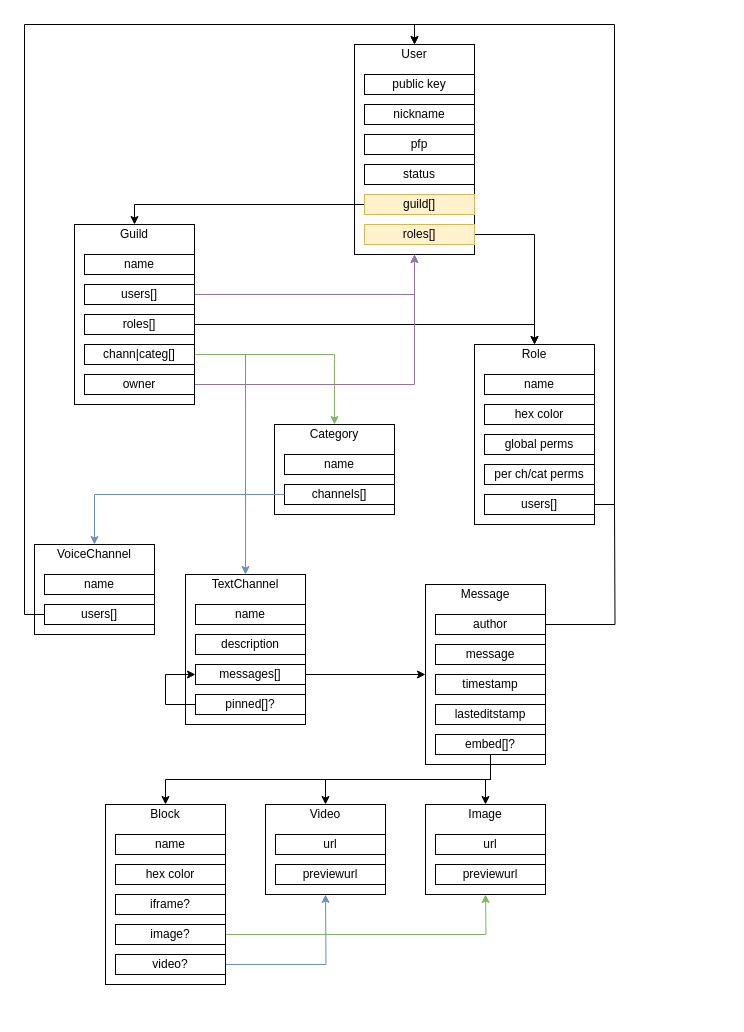
Before: docs/db.drawio in rndtrash/datcord-backend, a draw.io diagram. Source tidied: cells renumbered, new cells numbered last; positions are measured from the earlier drawing's top-left corner, leaving out a move shared by most shapes. Both pictures are drawn from the tidied source at 100%, with x=0, y=0 at pixel (34, 44).
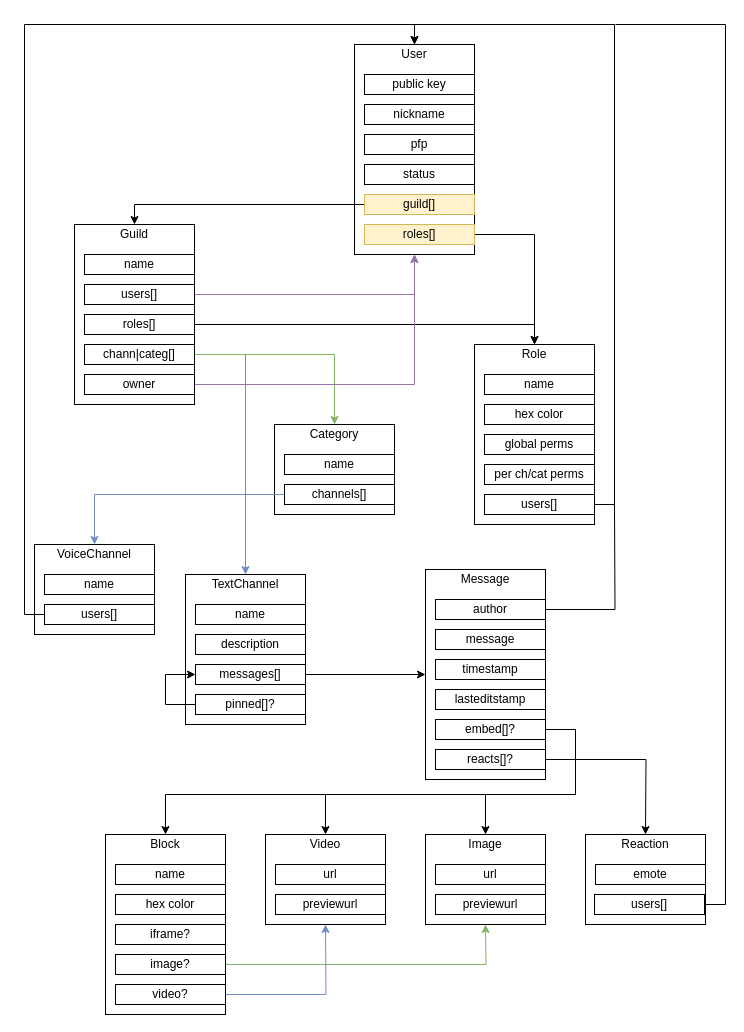
Above is the later version.

The edit, as a diff of the source:
```diff
@@
     <mxCell id="29" style="rounded=0;whiteSpace=wrap;html=1;" parent="1" vertex="1">
-      <mxGeometry x="391" y="540" width="120" height="180" as="geometry" />
+      <mxGeometry x="391" y="525" width="120" height="210" as="geometry" />
     </mxCell>
     <mxCell id="30" value="Message" style="text;html=1;strokeColor=none;fillColor=none;align=center;verticalAlign=middle;whiteSpace=wrap;rounded=0;" parent="1" vertex="1">
-      <mxGeometry x="391" y="540" width="120" height="20" as="geometry" />
+      <mxGeometry x="391" y="525" width="120" height="20" as="geometry" />
     </mxCell>
@@
     <mxCell id="51" value="author" style="rounded=0;whiteSpace=wrap;html=1;" parent="1" vertex="1">
-      <mxGeometry x="401" y="570" width="110" height="20" as="geometry" />
+      <mxGeometry x="401" y="555" width="110" height="20" as="geometry" />
     </mxCell>
     <mxCell id="52" value="message" style="rounded=0;whiteSpace=wrap;html=1;" parent="1" vertex="1">
-      <mxGeometry x="401" y="600" width="110" height="20" as="geometry" />
+      <mxGeometry x="401" y="585" width="110" height="20" as="geometry" />
     </mxCell>
     <mxCell id="53" value="timestamp" style="rounded=0;whiteSpace=wrap;html=1;" parent="1" vertex="1">
-      <mxGeometry x="401" y="630" width="110" height="20" as="geometry" />
+      <mxGeometry x="401" y="615" width="110" height="20" as="geometry" />
     </mxCell>
     <mxCell id="54" value="lasteditstamp" style="rounded=0;whiteSpace=wrap;html=1;" parent="1" vertex="1">
-      <mxGeometry x="401" y="660" width="110" height="20" as="geometry" />
+      <mxGeometry x="401" y="645" width="110" height="20" as="geometry" />
     </mxCell>
-    <mxCell id="55" style="edgeStyle=orthogonalEdgeStyle;rounded=0;jettySize=auto;html=1;exitX=0.5;exitY=1;exitDx=0;exitDy=0;entryX=0.5;entryY=0;entryDx=0;entryDy=0;endArrow=classic;endFill=1;strokeColor=#000000;" parent="1" edge="1" source="58" target="59">
-      <mxGeometry relative="1" as="geometry" />
+    <mxCell id="55" style="edgeStyle=orthogonalEdgeStyle;rounded=0;jettySize=auto;html=1;exitX=1;exitY=0.5;exitDx=0;exitDy=0;entryX=0.5;entryY=0;entryDx=0;entryDy=0;endArrow=classic;endFill=1;strokeColor=#000000;" parent="1" edge="1" source="58" target="59">
+      <mxGeometry relative="1" as="geometry">
+        <Array as="points">
+          <mxPoint x="541" y="685" />
+          <mxPoint x="541" y="750" />
+          <mxPoint x="451" y="750" />
+        </Array>
+      </mxGeometry>
     </mxCell>
-    <mxCell id="56" style="edgeStyle=orthogonalEdgeStyle;rounded=0;jettySize=auto;html=1;exitX=0.5;exitY=1;exitDx=0;exitDy=0;entryX=0.5;entryY=0;entryDx=0;entryDy=0;endArrow=classic;endFill=1;strokeColor=#000000;" parent="1" edge="1" source="58" target="63">
-      <mxGeometry relative="1" as="geometry" />
+    <mxCell id="56" style="edgeStyle=orthogonalEdgeStyle;rounded=0;jettySize=auto;html=1;exitX=1;exitY=0.5;exitDx=0;exitDy=0;entryX=0.5;entryY=0;entryDx=0;entryDy=0;endArrow=classic;endFill=1;strokeColor=#000000;" parent="1" edge="1" source="58" target="63">
+      <mxGeometry relative="1" as="geometry">
+        <Array as="points">
+          <mxPoint x="541" y="685" />
+          <mxPoint x="541" y="750" />
+          <mxPoint x="291" y="750" />
+        </Array>
+      </mxGeometry>
     </mxCell>
-    <mxCell id="57" style="edgeStyle=orthogonalEdgeStyle;rounded=0;jettySize=auto;html=1;exitX=0.5;exitY=1;exitDx=0;exitDy=0;entryX=0.5;entryY=0;entryDx=0;entryDy=0;endArrow=classic;endFill=1;strokeColor=#000000;" parent="1" edge="1" source="58" target="67">
-      <mxGeometry relative="1" as="geometry" />
+    <mxCell id="57" style="edgeStyle=orthogonalEdgeStyle;rounded=0;jettySize=auto;html=1;exitX=1;exitY=0.5;exitDx=0;exitDy=0;entryX=0.5;entryY=0;entryDx=0;entryDy=0;endArrow=classic;endFill=1;strokeColor=#000000;" parent="1" edge="1" source="58" target="67">
+      <mxGeometry relative="1" as="geometry">
+        <Array as="points">
+          <mxPoint x="541" y="685" />
+          <mxPoint x="541" y="750" />
+          <mxPoint x="131" y="750" />
+        </Array>
+      </mxGeometry>
     </mxCell>
     <mxCell id="58" value="embed[]?" style="rounded=0;whiteSpace=wrap;html=1;" parent="1" vertex="1">
-      <mxGeometry x="401" y="690" width="110" height="20" as="geometry" />
+      <mxGeometry x="401" y="675" width="110" height="20" as="geometry" />
     </mxCell>
     <mxCell id="59" style="rounded=0;whiteSpace=wrap;html=1;" parent="1" vertex="1">
-      <mxGeometry x="391" y="760" width="120" height="90" as="geometry" />
+      <mxGeometry x="391" y="790" width="120" height="90" as="geometry" />
     </mxCell>
     <mxCell id="60" value="Image" style="text;html=1;strokeColor=none;fillColor=none;align=center;verticalAlign=middle;whiteSpace=wrap;rounded=0;" parent="1" vertex="1">
-      <mxGeometry x="391" y="760" width="120" height="20" as="geometry" />
+      <mxGeometry x="391" y="790" width="120" height="20" as="geometry" />
     </mxCell>
     <mxCell id="61" value="url" style="rounded=0;whiteSpace=wrap;html=1;" parent="1" vertex="1">
-      <mxGeometry x="401" y="790" width="110" height="20" as="geometry" />
+      <mxGeometry x="401" y="820" width="110" height="20" as="geometry" />
     </mxCell>
     <mxCell id="62" value="previewurl" style="rounded=0;whiteSpace=wrap;html=1;" parent="1" vertex="1">
-      <mxGeometry x="401" y="820" width="110" height="20" as="geometry" />
+      <mxGeometry x="401" y="850" width="110" height="20" as="geometry" />
     </mxCell>
     <mxCell id="63" style="rounded=0;whiteSpace=wrap;html=1;" parent="1" vertex="1">
-      <mxGeometry x="231" y="760" width="120" height="90" as="geometry" />
+      <mxGeometry x="231" y="790" width="120" height="90" as="geometry" />
     </mxCell>
     <mxCell id="64" value="Video" style="text;html=1;strokeColor=none;fillColor=none;align=center;verticalAlign=middle;whiteSpace=wrap;rounded=0;" parent="1" vertex="1">
-      <mxGeometry x="231" y="760" width="120" height="20" as="geometry" />
+      <mxGeometry x="231" y="790" width="120" height="20" as="geometry" />
     </mxCell>
     <mxCell id="65" value="url" style="rounded=0;whiteSpace=wrap;html=1;" parent="1" vertex="1">
-      <mxGeometry x="241" y="790" width="110" height="20" as="geometry" />
+      <mxGeometry x="241" y="820" width="110" height="20" as="geometry" />
     </mxCell>
     <mxCell id="66" value="previewurl" style="rounded=0;whiteSpace=wrap;html=1;" parent="1" vertex="1">
-      <mxGeometry x="241" y="820" width="110" height="20" as="geometry" />
+      <mxGeometry x="241" y="850" width="110" height="20" as="geometry" />
     </mxCell>
     <mxCell id="67" style="rounded=0;whiteSpace=wrap;html=1;" parent="1" vertex="1">
-      <mxGeometry x="71" y="760" width="120" height="180" as="geometry" />
+      <mxGeometry x="71" y="790" width="120" height="180" as="geometry" />
     </mxCell>
     <mxCell id="68" value="Block" style="text;html=1;strokeColor=none;fillColor=none;align=center;verticalAlign=middle;whiteSpace=wrap;rounded=0;" parent="1" vertex="1">
-      <mxGeometry x="71" y="760" width="120" height="20" as="geometry" />
+      <mxGeometry x="71" y="790" width="120" height="20" as="geometry" />
     </mxCell>
     <mxCell id="69" value="name" style="rounded=0;whiteSpace=wrap;html=1;" parent="1" vertex="1">
-      <mxGeometry x="81" y="790" width="110" height="20" as="geometry" />
+      <mxGeometry x="81" y="820" width="110" height="20" as="geometry" />
     </mxCell>
     <mxCell id="70" value="iframe?" style="rounded=0;whiteSpace=wrap;html=1;" parent="1" vertex="1">
-      <mxGeometry x="81" y="850" width="110" height="20" as="geometry" />
+      <mxGeometry x="81" y="880" width="110" height="20" as="geometry" />
     </mxCell>
     <mxCell id="71" style="edgeStyle=orthogonalEdgeStyle;rounded=0;jettySize=auto;html=1;exitX=1;exitY=0.5;exitDx=0;exitDy=0;endArrow=classic;endFill=1;strokeColor=#82b366;fillColor=#d5e8d4;" parent="1" edge="1" source="72">
       <mxGeometry relative="1" as="geometry">
-        <mxPoint x="451" y="850" as="targetPoint" />
+        <mxPoint x="451" y="880" as="targetPoint" />
       </mxGeometry>
     </mxCell>
     <mxCell id="72" value="image?" style="rounded=0;whiteSpace=wrap;html=1;" parent="1" vertex="1">
-      <mxGeometry x="81" y="880" width="110" height="20" as="geometry" />
+      <mxGeometry x="81" y="910" width="110" height="20" as="geometry" />
     </mxCell>
     <mxCell id="73" style="edgeStyle=orthogonalEdgeStyle;rounded=0;jettySize=auto;html=1;exitX=1;exitY=0.5;exitDx=0;exitDy=0;endArrow=classic;endFill=1;strokeColor=#6c8ebf;fillColor=#dae8fc;" parent="1" edge="1" source="74">
       <mxGeometry relative="1" as="geometry">
-        <mxPoint x="291" y="850" as="targetPoint" />
+        <mxPoint x="291" y="880" as="targetPoint" />
       </mxGeometry>
     </mxCell>
     <mxCell id="74" value="video?" style="rounded=0;whiteSpace=wrap;html=1;" parent="1" vertex="1">
-      <mxGeometry x="81" y="910" width="110" height="20" as="geometry" />
+      <mxGeometry x="81" y="940" width="110" height="20" as="geometry" />
     </mxCell>
     <mxCell id="75" value="hex color" style="rounded=0;whiteSpace=wrap;html=1;" parent="1" vertex="1">
-      <mxGeometry x="81" y="820" width="110" height="20" as="geometry" />
+      <mxGeometry x="81" y="850" width="110" height="20" as="geometry" />
     </mxCell>
@@
+    <mxCell id="79" style="edgeStyle=orthogonalEdgeStyle;rounded=0;jettySize=auto;html=1;exitX=1;exitY=0.5;exitDx=0;exitDy=0;" parent="1" edge="1" source="80">
+      <mxGeometry relative="1" as="geometry">
+        <mxPoint x="611" y="790" as="targetPoint" />
+      </mxGeometry>
+    </mxCell>
+    <mxCell id="80" value="reacts[]?" style="rounded=0;whiteSpace=wrap;html=1;" parent="1" vertex="1">
+      <mxGeometry x="401" y="705" width="110" height="20" as="geometry" />
+    </mxCell>
+    <mxCell id="81" style="rounded=0;whiteSpace=wrap;html=1;" parent="1" vertex="1">
+      <mxGeometry x="551" y="790" width="120" height="90" as="geometry" />
+    </mxCell>
+    <mxCell id="82" value="Reaction" style="text;html=1;strokeColor=none;fillColor=none;align=center;verticalAlign=middle;whiteSpace=wrap;rounded=0;" parent="1" vertex="1">
+      <mxGeometry x="551" y="790" width="120" height="20" as="geometry" />
+    </mxCell>
+    <mxCell id="83" value="emote" style="rounded=0;whiteSpace=wrap;html=1;" parent="1" vertex="1">
+      <mxGeometry x="561" y="820" width="110" height="20" as="geometry" />
+    </mxCell>
+    <mxCell id="84" style="edgeStyle=orthogonalEdgeStyle;rounded=0;jettySize=auto;html=1;exitX=1;exitY=0.5;exitDx=0;exitDy=0;endArrow=none;endFill=0;" parent="1" edge="1" source="85">
+      <mxGeometry relative="1" as="geometry">
+        <mxPoint x="581" y="-20" as="targetPoint" />
+        <Array as="points">
+          <mxPoint x="691" y="860" />
+        </Array>
+      </mxGeometry>
+    </mxCell>
+    <mxCell id="85" value="users[]" style="rounded=0;whiteSpace=wrap;html=1;" parent="1" vertex="1">
+      <mxGeometry x="560" y="850" width="110" height="20" as="geometry" />
+    </mxCell>
```
